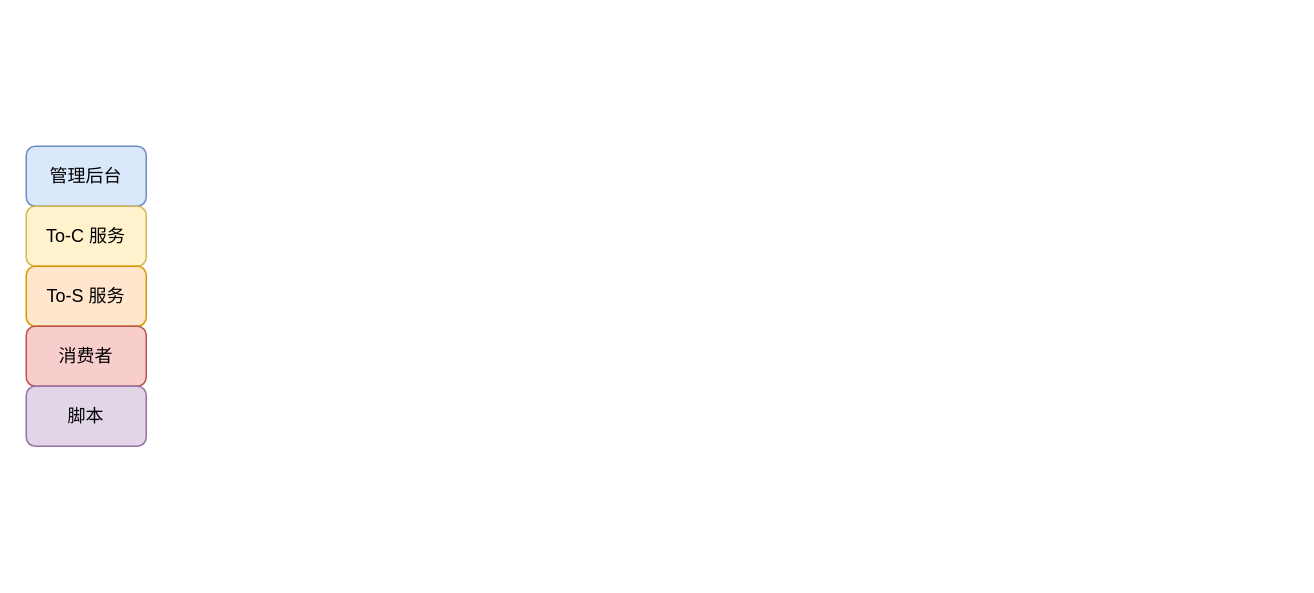
Earlier version of the draw.io diagram architecture/go-web-template.drawio (LanSeTianYe/draw). Source tidied: cells renumbered, new cells numbered last; positions are measured from the earlier drawing's top-left corner, leaving out a move shared by most shapes. Both pictures are drawn from the tidied source at 150%, with x=0, y=0 at pixel (26, 146).
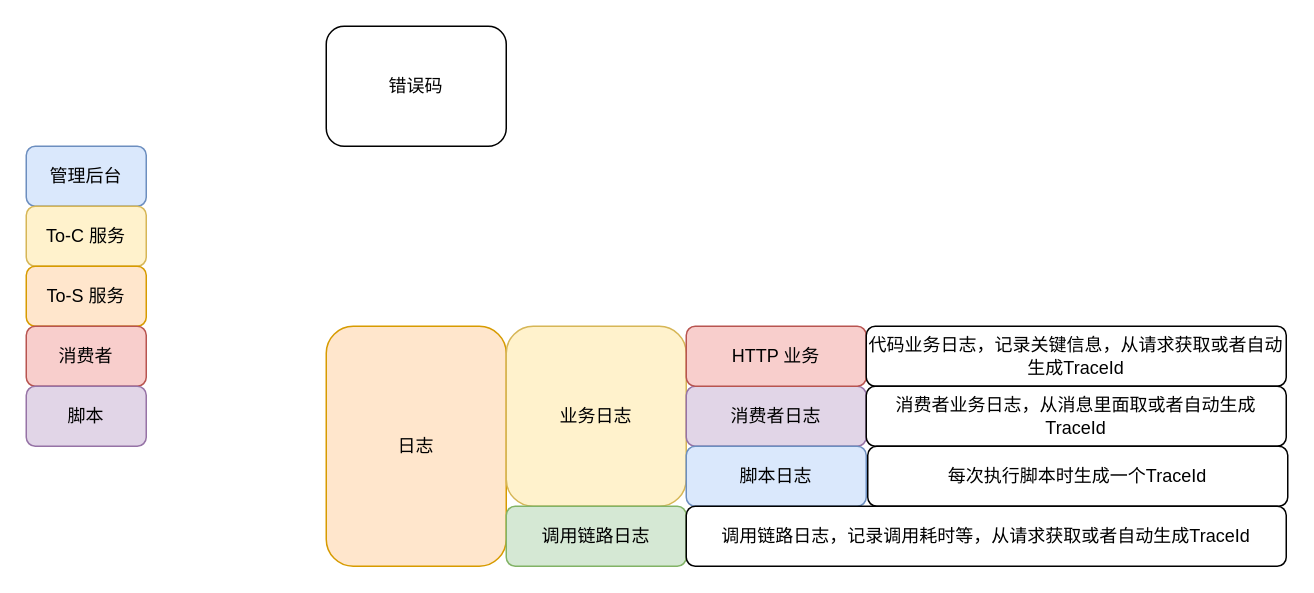
The same page after the edit.

What changed in the source:
```diff
@@
 <mxGraphModel>
   <root>
     <mxCell id="0" />
     <mxCell id="1" parent="0" />
     <mxCell id="2" value="管理后台" style="rounded=1;whiteSpace=wrap;html=1;fillColor=#dae8fc;strokeColor=#6c8ebf;" parent="1" vertex="1">
       <mxGeometry width="80" height="40" as="geometry" />
     </mxCell>
     <mxCell id="3" value="To-C 服务" style="rounded=1;whiteSpace=wrap;html=1;fillColor=#fff2cc;strokeColor=#d6b656;" parent="1" vertex="1">
       <mxGeometry y="40" width="80" height="40" as="geometry" />
     </mxCell>
     <mxCell id="4" value="To-S 服务" style="rounded=1;whiteSpace=wrap;html=1;fillColor=#ffe6cc;strokeColor=#d79b00;" parent="1" vertex="1">
       <mxGeometry y="80" width="80" height="40" as="geometry" />
     </mxCell>
     <mxCell id="5" value="消费者" style="rounded=1;whiteSpace=wrap;html=1;fillColor=#f8cecc;strokeColor=#b85450;" parent="1" vertex="1">
       <mxGeometry y="120" width="80" height="40" as="geometry" />
     </mxCell>
     <mxCell id="6" value="脚本" style="rounded=1;whiteSpace=wrap;html=1;fillColor=#e1d5e7;strokeColor=#9673a6;" parent="1" vertex="1">
       <mxGeometry y="160" width="80" height="40" as="geometry" />
     </mxCell>
+    <mxCell id="7" value="错误码" style="rounded=1;whiteSpace=wrap;html=1;" parent="1" vertex="1">
+      <mxGeometry x="200" y="-80" width="120" height="80" as="geometry" />
+    </mxCell>
+    <mxCell id="8" value="日志" style="rounded=1;whiteSpace=wrap;html=1;fillColor=#ffe6cc;strokeColor=#d79b00;" parent="1" vertex="1">
+      <mxGeometry x="200" y="120" width="120" height="160" as="geometry" />
+    </mxCell>
+    <mxCell id="9" value="业务日志" style="rounded=1;whiteSpace=wrap;html=1;fillColor=#fff2cc;strokeColor=#d6b656;" parent="1" vertex="1">
+      <mxGeometry x="320" y="120" width="120" height="120" as="geometry" />
+    </mxCell>
+    <mxCell id="10" value="调用链路日志" style="rounded=1;whiteSpace=wrap;html=1;fillColor=#d5e8d4;strokeColor=#82b366;" parent="1" vertex="1">
+      <mxGeometry x="320" y="240" width="120" height="40" as="geometry" />
+    </mxCell>
+    <mxCell id="11" value="消费者日志" style="rounded=1;whiteSpace=wrap;html=1;fillColor=#e1d5e7;strokeColor=#9673a6;" parent="1" vertex="1">
+      <mxGeometry x="440" y="160" width="120" height="40" as="geometry" />
+    </mxCell>
+    <mxCell id="12" value="脚本日志" style="rounded=1;whiteSpace=wrap;html=1;fillColor=#dae8fc;strokeColor=#6c8ebf;" parent="1" vertex="1">
+      <mxGeometry x="440" y="200" width="120" height="40" as="geometry" />
+    </mxCell>
+    <mxCell id="13" value="HTTP 业务" style="rounded=1;whiteSpace=wrap;html=1;fillColor=#f8cecc;strokeColor=#b85450;" parent="1" vertex="1">
+      <mxGeometry x="440" y="120" width="120" height="40" as="geometry" />
+    </mxCell>
+    <mxCell id="14" value="代码业务日志，记录关键信息，从请求获取或者自动生成TraceId" style="rounded=1;whiteSpace=wrap;html=1;" parent="1" vertex="1">
+      <mxGeometry x="560" y="120" width="280" height="40" as="geometry" />
+    </mxCell>
+    <mxCell id="15" value="消费者业务日志，从消息里面取或者自动生成TraceId" style="rounded=1;whiteSpace=wrap;html=1;" parent="1" vertex="1">
+      <mxGeometry x="560" y="160" width="280" height="40" as="geometry" />
+    </mxCell>
+    <mxCell id="16" value="每次执行脚本时生成一个TraceId" style="rounded=1;whiteSpace=wrap;html=1;" parent="1" vertex="1">
+      <mxGeometry x="561" y="200" width="280" height="40" as="geometry" />
+    </mxCell>
+    <mxCell id="17" value="调用链路日志，记录调用耗时等，从请求获取或者自动生成TraceId" style="rounded=1;whiteSpace=wrap;html=1;" parent="1" vertex="1">
+      <mxGeometry x="440" y="240" width="400" height="40" as="geometry" />
+    </mxCell>
   </root>
 </mxGraphModel>
```
